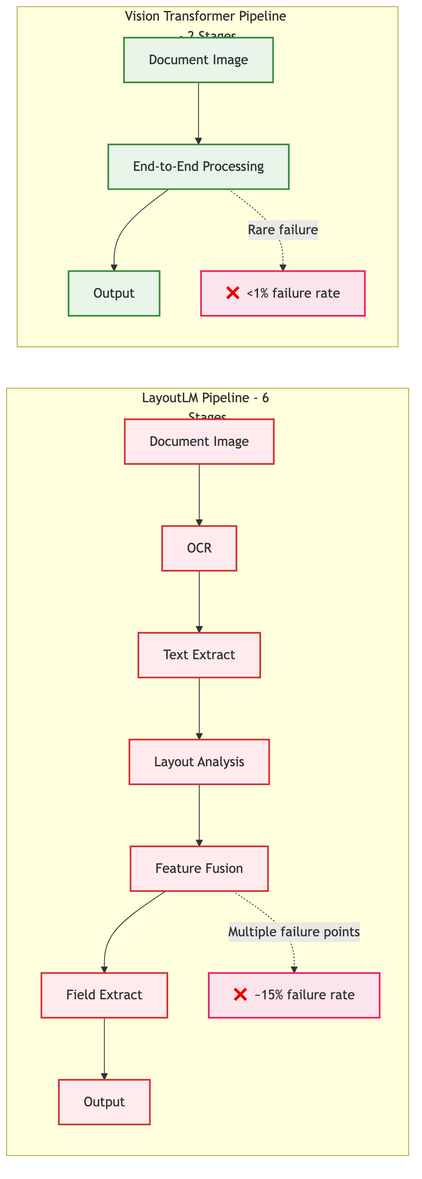
This is presentation_materials/presentation_diagrams/mermaid_exports/Document_Processing_Pipeline_Comparison_v2.png from tmnestor/unified_vision_processor_minimal, a Mermaid export, as it was before one commit. Its source is kept beside it as presentation_materials/presentation_diagrams/mermaid_exports/Document_Processing_Pipeline_Comparison_v2.mmd.
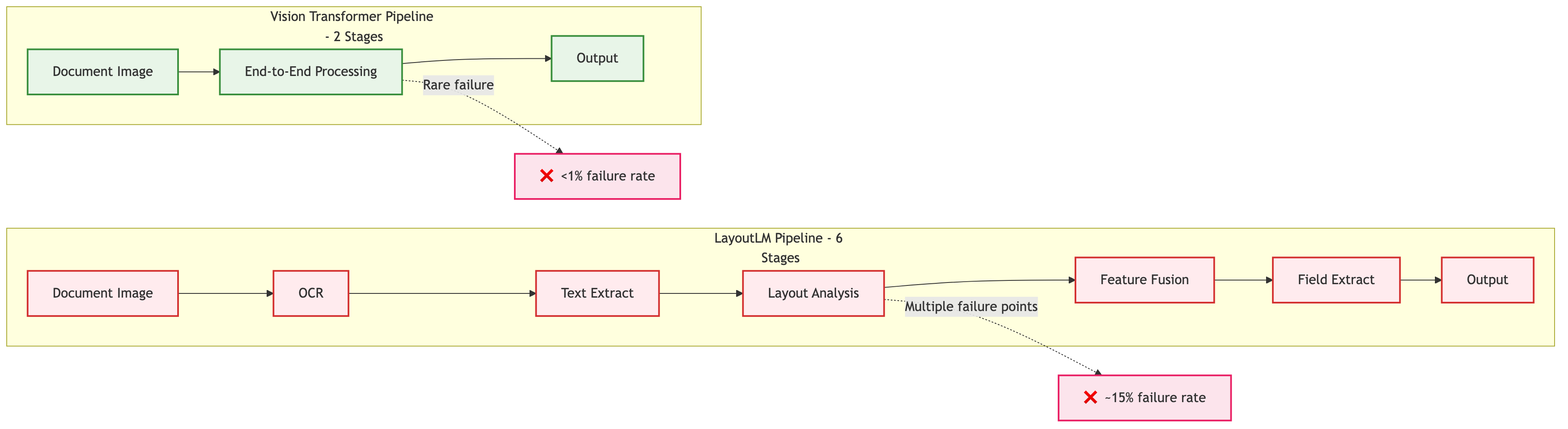
After the change.

Commit message:
✨ feat: enhance Document Processing Pipeline diagram for clarity and consistency

Diff of the diagram source:
```diff
@@ -1,18 +1,21 @@
-graph LR
-    subgraph layoutlm ["LayoutLM Pipeline - 6 Stages"]
-        A1[Document Image] --> B1[OCR] --> C1[Text Extract] --> D1[Layout Analysis] --> E1[Feature Fusion] --> F1[Field Extract] --> G1[Output]
-        E1 -.->|Multiple failure points| X1[❌ ~15% failure rate]
+flowchart LR
+    subgraph L ["LayoutLM Pipeline - 6 Stages"]
+        direction LR
+        L1[Document Image] --> L2[OCR] --> L3[Text Extract] --> L4[Layout Analysis] --> L5[Feature Fusion] --> L6[Field Extract] --> L7[Output]
     end
 
-    subgraph vit ["Vision Transformer Pipeline - 2 Stages"]
-        A2[Document Image] --> B2[End-to-End Processing] --> C2[Output]
-        B2 -.->|Rare failure| X2[❌ <1% failure rate]
+    subgraph V ["Vision Transformer Pipeline - 2 Stages"]
+        direction LR
+        V1[Document Image] --> V2[End-to-End Processing] --> V3[Output]
     end
 
-    classDef layoutlmNode fill:#ffebee,stroke:#d32f2f,stroke-width:2px
-    classDef vitNode fill:#e8f5e8,stroke:#388e3c,stroke-width:2px
+    L4 -.->|Multiple failure points| LF[❌ ~15% failure rate]
+    V2 -.->|Rare failure| VF[❌ <1% failure rate]
+
+    classDef layoutlm fill:#ffebee,stroke:#d32f2f,stroke-width:2px
+    classDef vit fill:#e8f5e8,stroke:#388e3c,stroke-width:2px
     classDef failure fill:#fce4ec,stroke:#e91e63,stroke-width:2px
 
-    class A1,B1,C1,D1,E1,F1,G1 layoutlmNode
-    class A2,B2,C2 vitNode
-    class X1,X2 failure
+    class L1,L2,L3,L4,L5,L6,L7 layoutlm
+    class V1,V2,V3 vit
+    class LF,VF failure
```
